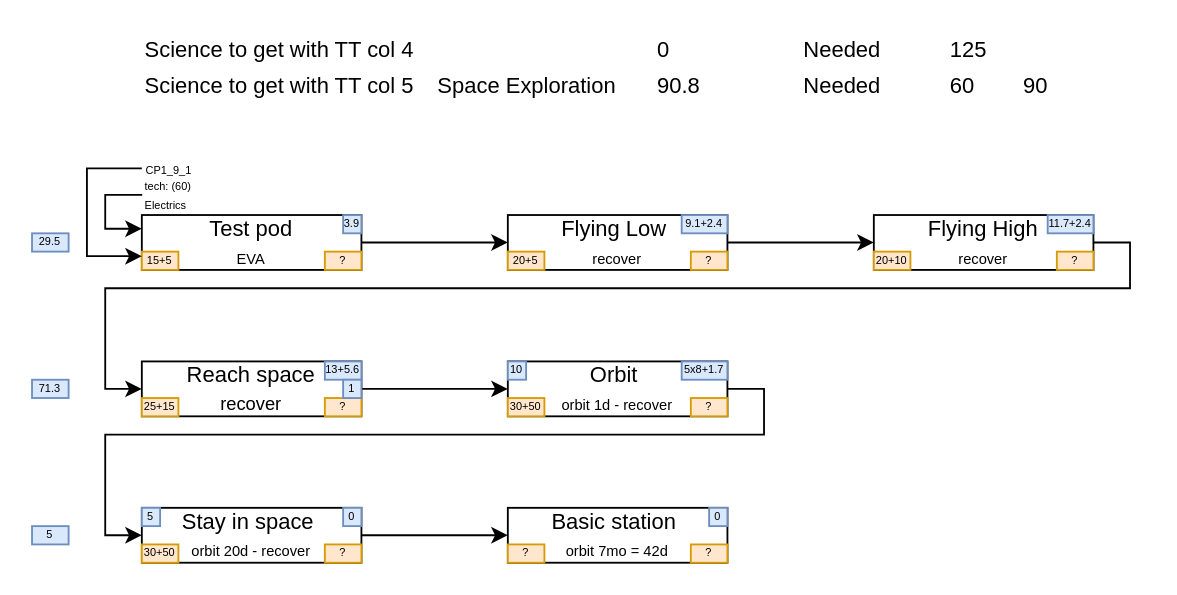
This is doc/CP3 contracts.drawio from SaphireFalcon/real_career, a draw.io file, before an edit. Source tidied: cells renumbered, new cells numbered last; positions are measured from the earlier drawing's top-left corner, leaving out a move shared by most shapes. Both pictures are drawn from the tidied source at 183%, with x=0, y=0 at pixel (31, 31).
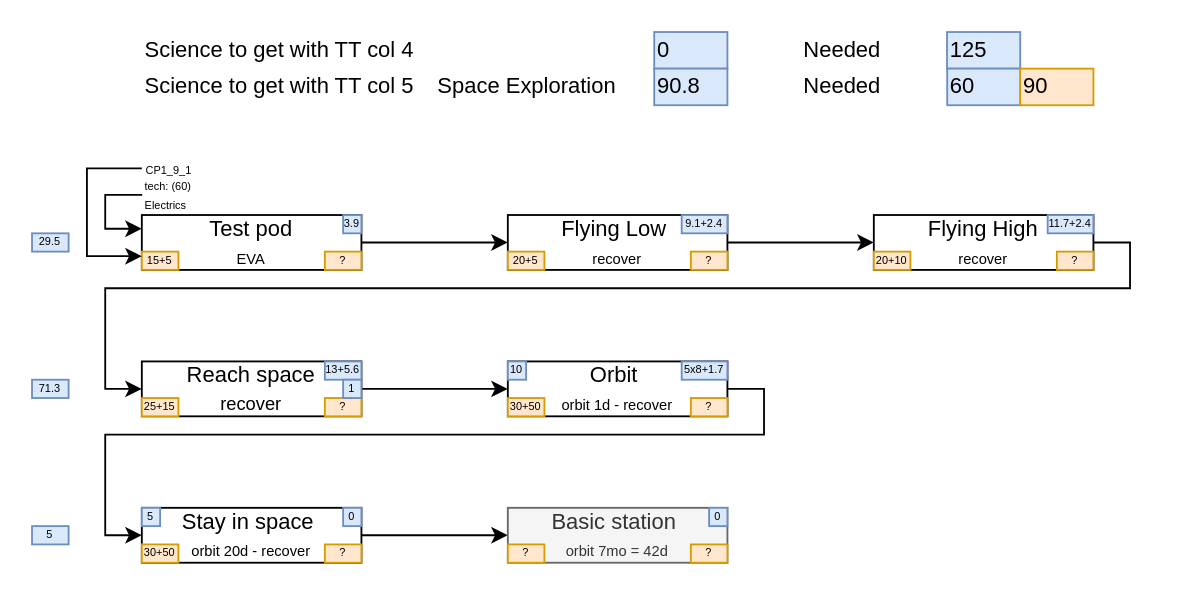
After the change.

What changed in the source:
```diff
@@
-    <mxCell id="36" value="Basic station&amp;nbsp;&lt;br&gt;&lt;span style=&quot;font-size: 8px&quot;&gt;orbit 7mo = 42d&lt;/span&gt;" style="rounded=0;whiteSpace=wrap;html=1;" parent="1" vertex="1">
+    <mxCell id="36" value="Basic station&amp;nbsp;&lt;br&gt;&lt;span style=&quot;font-size: 8px&quot;&gt;orbit 7mo = 42d&lt;/span&gt;" style="rounded=0;whiteSpace=wrap;html=1;fillColor=#f5f5f5;strokeColor=#666666;fontColor=#333333;" parent="1" vertex="1">
       <mxGeometry x="260" y="260" width="120" height="30" as="geometry" />
     </mxCell>
@@
-    <mxCell id="41" value="0" style="text;html=1;strokeColor=none;fillColor=none;align=left;verticalAlign=middle;whiteSpace=wrap;rounded=0;fontColor=#000000;" parent="1" vertex="1">
+    <mxCell id="41" value="0" style="text;html=1;strokeColor=#6c8ebf;fillColor=#dae8fc;align=left;verticalAlign=middle;whiteSpace=wrap;rounded=0;" parent="1" vertex="1">
       <mxGeometry x="340" width="40" height="20" as="geometry" />
     </mxCell>
@@
-    <mxCell id="43" value="90.8" style="text;html=1;strokeColor=none;fillColor=none;align=left;verticalAlign=middle;whiteSpace=wrap;rounded=0;fontColor=#000000;" parent="1" vertex="1">
+    <mxCell id="43" value="90.8" style="text;html=1;strokeColor=#6c8ebf;fillColor=#dae8fc;align=left;verticalAlign=middle;whiteSpace=wrap;rounded=0;" parent="1" vertex="1">
       <mxGeometry x="340" y="20" width="40" height="20" as="geometry" />
     </mxCell>
@@
-    <mxCell id="45" value="125" style="text;html=1;strokeColor=none;fillColor=none;align=left;verticalAlign=middle;whiteSpace=wrap;rounded=0;fontColor=#000000;" parent="1" vertex="1">
+    <mxCell id="45" value="125" style="text;html=1;strokeColor=#6c8ebf;fillColor=#dae8fc;align=left;verticalAlign=middle;whiteSpace=wrap;rounded=0;" parent="1" vertex="1">
       <mxGeometry x="500" width="40" height="20" as="geometry" />
     </mxCell>
@@
-    <mxCell id="47" value="60" style="text;html=1;strokeColor=none;fillColor=none;align=left;verticalAlign=middle;whiteSpace=wrap;rounded=0;fontColor=#000000;" parent="1" vertex="1">
+    <mxCell id="47" value="60" style="text;html=1;strokeColor=#6c8ebf;fillColor=#dae8fc;align=left;verticalAlign=middle;whiteSpace=wrap;rounded=0;" parent="1" vertex="1">
       <mxGeometry x="500.1" y="20" width="40" height="20" as="geometry" />
     </mxCell>
@@
-    <mxCell id="55" value="90" style="text;html=1;strokeColor=none;fillColor=none;align=left;verticalAlign=middle;whiteSpace=wrap;rounded=0;fontColor=#000000;" parent="1" vertex="1">
+    <mxCell id="55" value="90" style="text;html=1;strokeColor=#d79b00;fillColor=#ffe6cc;align=left;verticalAlign=middle;whiteSpace=wrap;rounded=0;" parent="1" vertex="1">
       <mxGeometry x="540" y="20" width="40" height="20" as="geometry" />
     </mxCell>
```
